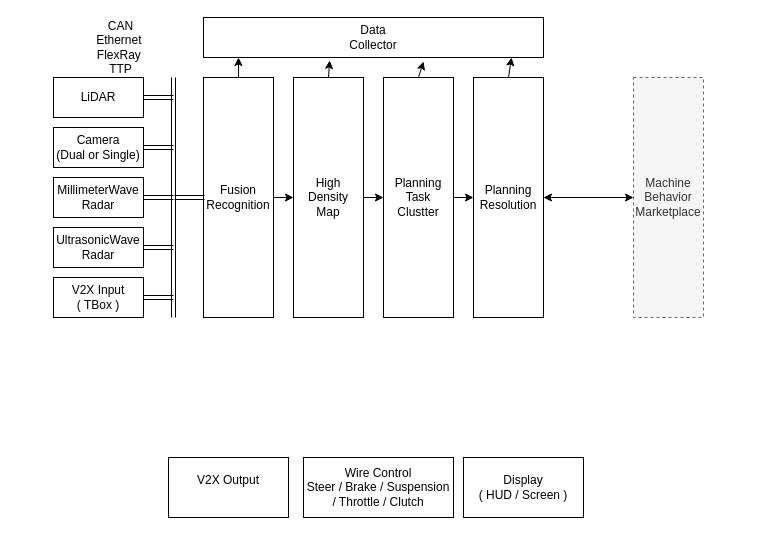
df595149790/df595149790.github.io keeps this draw.io diagram as media/dooyo_idea_rpp_1.drawio. Above is the earlier version. Source tidied: cells renumbered, new cells numbered last; positions are measured from the earlier drawing's top-left corner, leaving out a move shared by most shapes. Both pictures are drawn from the tidied source at 100%, with x=0, y=0 at pixel (53, 17).
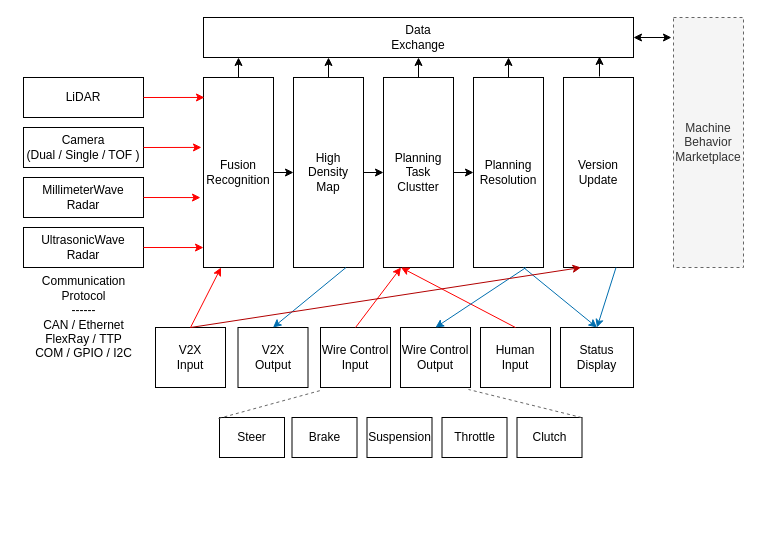
After the change.

What changed in the source:
```diff
@@
     <mxCell id="2" value="Machine&lt;br&gt;Behavior&lt;br&gt;Marketplace&lt;br&gt;" style="rounded=0;whiteSpace=wrap;html=1;dashed=1;fillColor=#f5f5f5;strokeColor=#666666;fontColor=#333333;" parent="1" vertex="1">
-      <mxGeometry x="580" y="60" width="70" height="240" as="geometry" />
+      <mxGeometry x="620" width="70" height="250" as="geometry" />
     </mxCell>
     <mxCell id="3" value="LiDAR" style="rounded=0;whiteSpace=wrap;html=1;" parent="1" vertex="1">
-      <mxGeometry y="60" width="90" height="40" as="geometry" />
+      <mxGeometry x="-30" y="60" width="120" height="40" as="geometry" />
     </mxCell>
-    <mxCell id="4" value="Camera&lt;br&gt;(Dual or Single)&lt;br&gt;" style="rounded=0;whiteSpace=wrap;html=1;" parent="1" vertex="1">
-      <mxGeometry y="110" width="90" height="40" as="geometry" />
+    <mxCell id="4" value="Camera&lt;br&gt;(Dual / Single / TOF )&lt;br&gt;" style="rounded=0;whiteSpace=wrap;html=1;" parent="1" vertex="1">
+      <mxGeometry x="-30" y="110" width="120" height="40" as="geometry" />
     </mxCell>
     <mxCell id="5" value="MillimeterWave&lt;br&gt;Radar&lt;br&gt;" style="rounded=0;whiteSpace=wrap;html=1;" parent="1" vertex="1">
-      <mxGeometry y="160" width="90" height="40" as="geometry" />
+      <mxGeometry x="-30" y="160" width="120" height="40" as="geometry" />
     </mxCell>
     <mxCell id="6" value="UltrasonicWave&lt;br&gt;Radar&lt;br&gt;" style="rounded=0;whiteSpace=wrap;html=1;" parent="1" vertex="1">
-      <mxGeometry y="210" width="90" height="40" as="geometry" />
+      <mxGeometry x="-30" y="210" width="120" height="40" as="geometry" />
     </mxCell>
     <mxCell id="7" value="Fusion&lt;br&gt;Recognition&lt;br&gt;" style="rounded=0;whiteSpace=wrap;html=1;shadow=0;fillColor=none;" parent="1" vertex="1">
-      <mxGeometry x="150" y="60" width="70" height="240" as="geometry" />
+      <mxGeometry x="150" y="60" width="70" height="190" as="geometry" />
     </mxCell>
-    <mxCell id="8" style="shape=link;html=1;" parent="1" edge="1">
-      <mxGeometry relative="1" as="geometry">
-        <mxPoint x="120" y="300" as="sourcePoint" />
-        <mxPoint x="120" y="60" as="targetPoint" />
-      </mxGeometry>
-    </mxCell>
-    <mxCell id="9" style="shape=link;html=1;exitX=1;exitY=0.5;exitDx=0;exitDy=0;" parent="1" edge="1" source="3">
-      <mxGeometry relative="1" as="geometry">
-        <mxPoint x="120" y="80" as="targetPoint" />
-      </mxGeometry>
-    </mxCell>
-    <mxCell id="10" style="shape=link;html=1;exitX=1;exitY=0.5;exitDx=0;exitDy=0;" parent="1" edge="1" source="4">
-      <mxGeometry relative="1" as="geometry">
-        <mxPoint x="120" y="130" as="targetPoint" />
-      </mxGeometry>
-    </mxCell>
-    <mxCell id="11" style="shape=link;html=1;exitX=1;exitY=0.5;exitDx=0;exitDy=0;" parent="1" edge="1" source="5">
-      <mxGeometry relative="1" as="geometry">
-        <mxPoint x="120" y="180" as="targetPoint" />
-      </mxGeometry>
-    </mxCell>
-    <mxCell id="12" style="shape=link;html=1;exitX=1;exitY=0.5;exitDx=0;exitDy=0;" parent="1" edge="1" source="6">
-      <mxGeometry relative="1" as="geometry">
-        <mxPoint x="120" y="230" as="targetPoint" />
-      </mxGeometry>
-    </mxCell>
-    <mxCell id="13" value="CAN&lt;br&gt;&lt;span&gt;Ethernet&amp;nbsp;&lt;br&gt;&lt;/span&gt;&lt;span&gt;FlexRay&amp;nbsp;&lt;br&gt;TTP&lt;/span&gt;" style="text;html=1;strokeColor=none;fillColor=none;align=center;verticalAlign=middle;whiteSpace=wrap;rounded=0;shadow=0;" parent="1" vertex="1">
-      <mxGeometry x="20" y="20" width="95" height="20" as="geometry" />
+    <mxCell id="13" value="Communication&lt;br&gt;Protocol&lt;br&gt;------&lt;br&gt;CAN /&amp;nbsp;E&lt;span&gt;thernet&lt;br&gt;F&lt;/span&gt;&lt;span&gt;lexRay /&amp;nbsp;TTP&lt;br&gt;COM / GPIO / I2C&lt;br&gt;&lt;/span&gt;" style="text;html=1;strokeColor=none;fillColor=none;align=center;verticalAlign=middle;whiteSpace=wrap;rounded=0;shadow=0;" parent="1" vertex="1">
+      <mxGeometry x="-36.5" y="290" width="133" height="20" as="geometry" />
     </mxCell>
     <mxCell id="14" value="High &lt;br&gt;Density &lt;br&gt;Map" style="rounded=0;whiteSpace=wrap;html=1;shadow=0;fillColor=none;" parent="1" vertex="1">
-      <mxGeometry x="240" y="60" width="70" height="240" as="geometry" />
+      <mxGeometry x="240" y="60" width="70" height="190" as="geometry" />
     </mxCell>
-    <mxCell id="15" value="Wire Control&lt;br&gt;Steer / Brake / Suspension / Throttle / Clutch&lt;br&gt;" style="rounded=0;whiteSpace=wrap;html=1;" parent="1" vertex="1">
-      <mxGeometry x="250" y="440" width="150" height="60" as="geometry" />
+    <mxCell id="15" value="Wire&amp;nbsp;Control&lt;br&gt;Input&lt;br&gt;" style="rounded=0;whiteSpace=wrap;html=1;" parent="1" vertex="1">
+      <mxGeometry x="267" y="310" width="70" height="60" as="geometry" />
     </mxCell>
-    <mxCell id="16" value="V2X Input&lt;br&gt;( TBox )&lt;br&gt;" style="rounded=0;whiteSpace=wrap;html=1;shadow=0;fillColor=none;" parent="1" vertex="1">
-      <mxGeometry y="260" width="90" height="40" as="geometry" />
+    <mxCell id="16" value="V2X&lt;br&gt;Input&lt;br&gt;" style="rounded=0;whiteSpace=wrap;html=1;shadow=0;fillColor=none;" parent="1" vertex="1">
+      <mxGeometry x="102" y="310" width="70" height="60" as="geometry" />
     </mxCell>
-    <mxCell id="17" style="shape=link;html=1;exitX=1;exitY=0.5;exitDx=0;exitDy=0;" parent="1" edge="1" source="16">
-      <mxGeometry relative="1" as="geometry">
-        <mxPoint x="120" y="280" as="targetPoint" />
-      </mxGeometry>
-    </mxCell>
-    <mxCell id="18" style="shape=link;html=1;exitX=1;exitY=0.5;exitDx=0;exitDy=0;" parent="1" edge="1">
-      <mxGeometry relative="1" as="geometry">
-        <mxPoint x="121" y="180" as="sourcePoint" />
-        <mxPoint x="151" y="180" as="targetPoint" />
-      </mxGeometry>
-    </mxCell>
-    <mxCell id="19" value="V2X Output&lt;br&gt;&lt;br&gt;" style="rounded=0;whiteSpace=wrap;html=1;shadow=0;fillColor=none;" parent="1" vertex="1">
-      <mxGeometry x="115" y="440" width="120" height="60" as="geometry" />
+    <mxCell id="19" value="V2X&lt;br&gt;Output&lt;br&gt;" style="rounded=0;whiteSpace=wrap;html=1;shadow=0;fillColor=none;" parent="1" vertex="1">
+      <mxGeometry x="184.5" y="310" width="70" height="60" as="geometry" />
     </mxCell>
-    <mxCell id="20" value="Display&lt;br&gt;( HUD / Screen )&lt;br&gt;" style="rounded=0;whiteSpace=wrap;html=1;shadow=0;fillColor=none;" parent="1" vertex="1">
-      <mxGeometry x="410" y="440" width="120" height="60" as="geometry" />
+    <mxCell id="20" value="Status&lt;br&gt;Display&lt;br&gt;" style="rounded=0;whiteSpace=wrap;html=1;shadow=0;fillColor=none;" parent="1" vertex="1">
+      <mxGeometry x="507" y="310" width="73" height="60" as="geometry" />
     </mxCell>
     <mxCell id="21" value="Planning&lt;br&gt;Resolution" style="rounded=0;whiteSpace=wrap;html=1;shadow=0;fillColor=none;" parent="1" vertex="1">
-      <mxGeometry x="420" y="60" width="70" height="240" as="geometry" />
+      <mxGeometry x="420" y="60" width="70" height="190" as="geometry" />
     </mxCell>
     <mxCell id="22" value="Planning&lt;br&gt;Task&lt;br&gt;Clustter&lt;br&gt;" style="rounded=0;whiteSpace=wrap;html=1;shadow=0;fillColor=none;" parent="1" vertex="1">
-      <mxGeometry x="330" y="60" width="70" height="240" as="geometry" />
+      <mxGeometry x="330" y="60" width="70" height="190" as="geometry" />
     </mxCell>
@@
-    <mxCell id="26" style="endArrow=classic;startArrow=classic;html=1;exitX=1;exitY=0.5;exitDx=0;exitDy=0;entryX=0;entryY=0.5;entryDx=0;entryDy=0;" parent="1" edge="1" source="21" target="2">
+    <mxCell id="26" style="endArrow=classic;startArrow=classic;html=1;exitX=1;exitY=0.5;exitDx=0;exitDy=0;entryX=-0.029;entryY=0.08;entryDx=0;entryDy=0;entryPerimeter=0;" parent="1" edge="1" source="27" target="2">
       <mxGeometry relative="1" as="geometry" />
     </mxCell>
-    <mxCell id="27" value="Data&lt;br&gt;Collector&lt;br&gt;" style="rounded=0;whiteSpace=wrap;html=1;shadow=0;fillColor=none;" parent="1" vertex="1">
-      <mxGeometry x="150" width="340" height="40" as="geometry" />
+    <mxCell id="27" value="Data&lt;br&gt;Exchange&lt;br&gt;" style="rounded=0;whiteSpace=wrap;html=1;shadow=0;fillColor=none;" parent="1" vertex="1">
+      <mxGeometry x="150" width="430" height="40" as="geometry" />
     </mxCell>
@@
-    <mxCell id="29" style="endArrow=classic;html=1;exitX=0.5;exitY=0;exitDx=0;exitDy=0;entryX=0.371;entryY=1.075;entryDx=0;entryDy=0;entryPerimeter=0;" parent="1" edge="1" source="14" target="27">
-      <mxGeometry relative="1" as="geometry" />
-    </mxCell>
-    <mxCell id="30" style="endArrow=classic;html=1;exitX=0.5;exitY=0;exitDx=0;exitDy=0;entryX=0.647;entryY=1.1;entryDx=0;entryDy=0;entryPerimeter=0;" parent="1" edge="1" source="22" target="27">
-      <mxGeometry relative="1" as="geometry" />
+    <mxCell id="30" style="endArrow=classic;html=1;exitX=0.5;exitY=0;exitDx=0;exitDy=0;" parent="1" edge="1" source="22">
+      <mxGeometry relative="1" as="geometry">
+        <mxPoint x="365" y="40" as="targetPoint" />
+      </mxGeometry>
     </mxCell>
     <mxCell id="31" style="endArrow=classic;html=1;exitX=0.5;exitY=0;exitDx=0;exitDy=0;" parent="1" edge="1" source="21">
       <mxGeometry relative="1" as="geometry">
-        <mxPoint x="458" y="40" as="targetPoint" />
+        <mxPoint x="455" y="40" as="targetPoint" />
       </mxGeometry>
     </mxCell>
+    <mxCell id="32" style="endArrow=classic;html=1;" parent="1" edge="1">
+      <mxGeometry relative="1" as="geometry">
+        <mxPoint x="275" y="60" as="sourcePoint" />
+        <mxPoint x="275" y="40" as="targetPoint" />
+      </mxGeometry>
+    </mxCell>
+    <mxCell id="33" value="Steer&lt;br&gt;" style="rounded=0;whiteSpace=wrap;html=1;" parent="1" vertex="1">
+      <mxGeometry x="166" y="400" width="65" height="40" as="geometry" />
+    </mxCell>
+    <mxCell id="34" value="Brake&lt;br&gt;" style="rounded=0;whiteSpace=wrap;html=1;" parent="1" vertex="1">
+      <mxGeometry x="238.5" y="400" width="65" height="40" as="geometry" />
+    </mxCell>
+    <mxCell id="35" value="Suspension&lt;br&gt;" style="rounded=0;whiteSpace=wrap;html=1;" parent="1" vertex="1">
+      <mxGeometry x="313.5" y="400" width="65" height="40" as="geometry" />
+    </mxCell>
+    <mxCell id="36" value="Throttle&lt;br&gt;" style="rounded=0;whiteSpace=wrap;html=1;" parent="1" vertex="1">
+      <mxGeometry x="388.5" y="400" width="65" height="40" as="geometry" />
+    </mxCell>
+    <mxCell id="37" value="Clutch&lt;br&gt;" style="rounded=0;whiteSpace=wrap;html=1;" parent="1" vertex="1">
+      <mxGeometry x="463.5" y="400" width="65" height="40" as="geometry" />
+    </mxCell>
+    <mxCell id="38" value="Wire&amp;nbsp;Control&lt;br&gt;Output&lt;br&gt;" style="rounded=0;whiteSpace=wrap;html=1;" parent="1" vertex="1">
+      <mxGeometry x="347" y="310" width="70" height="60" as="geometry" />
+    </mxCell>
+    <mxCell id="39" value="Human&lt;br&gt;Input&lt;br&gt;" style="rounded=0;whiteSpace=wrap;html=1;shadow=0;fillColor=none;" parent="1" vertex="1">
+      <mxGeometry x="427" y="310" width="70" height="60" as="geometry" />
+    </mxCell>
+    <mxCell id="40" value="Version&lt;br&gt;Update&lt;br&gt;" style="rounded=0;whiteSpace=wrap;html=1;shadow=0;fillColor=none;" parent="1" vertex="1">
+      <mxGeometry x="510" y="60" width="70" height="190" as="geometry" />
+    </mxCell>
+    <mxCell id="41" style="endArrow=classic;html=1;exitX=1;exitY=0.5;exitDx=0;exitDy=0;entryX=0.014;entryY=0.105;entryDx=0;entryDy=0;entryPerimeter=0;strokeColor=#FF0000;" parent="1" edge="1" source="3" target="7">
+      <mxGeometry relative="1" as="geometry" />
+    </mxCell>
+    <mxCell id="42" style="endArrow=classic;html=1;exitX=1;exitY=0.5;exitDx=0;exitDy=0;entryX=-0.029;entryY=0.368;entryDx=0;entryDy=0;entryPerimeter=0;strokeWidth=1;strokeColor=#FF0000;" parent="1" edge="1" source="4" target="7">
+      <mxGeometry relative="1" as="geometry" />
+    </mxCell>
+    <mxCell id="43" style="endArrow=classic;html=1;exitX=1;exitY=0.5;exitDx=0;exitDy=0;entryX=-0.043;entryY=0.632;entryDx=0;entryDy=0;entryPerimeter=0;strokeColor=#FF0000;" parent="1" edge="1" source="5" target="7">
+      <mxGeometry relative="1" as="geometry" />
+    </mxCell>
+    <mxCell id="44" style="endArrow=classic;html=1;exitX=1;exitY=0.5;exitDx=0;exitDy=0;entryX=0;entryY=0.895;entryDx=0;entryDy=0;entryPerimeter=0;strokeColor=#FF0000;" parent="1" edge="1" source="6" target="7">
+      <mxGeometry relative="1" as="geometry" />
+    </mxCell>
+    <mxCell id="45" style="endArrow=classic;html=1;strokeColor=#FF0000;strokeWidth=1;entryX=0.25;entryY=1;entryDx=0;entryDy=0;exitX=0.5;exitY=0;exitDx=0;exitDy=0;" parent="1" edge="1" source="16" target="7">
+      <mxGeometry relative="1" as="geometry" />
+    </mxCell>
+    <mxCell id="46" style="endArrow=classic;html=1;strokeColor=#FF0000;strokeWidth=1;entryX=0.25;entryY=1;entryDx=0;entryDy=0;exitX=0.5;exitY=0;exitDx=0;exitDy=0;" parent="1" edge="1" source="15" target="22">
+      <mxGeometry relative="1" as="geometry" />
+    </mxCell>
+    <mxCell id="47" style="endArrow=classic;html=1;strokeColor=#FF0000;strokeWidth=1;entryX=0.25;entryY=1;entryDx=0;entryDy=0;exitX=0.5;exitY=0;exitDx=0;exitDy=0;" parent="1" edge="1" source="39" target="22">
+      <mxGeometry relative="1" as="geometry" />
+    </mxCell>
+    <mxCell id="48" style="endArrow=classic;html=1;strokeColor=#006EAF;strokeWidth=1;fillColor=#1ba1e2;exitX=0.75;exitY=1;exitDx=0;exitDy=0;entryX=0.5;entryY=0;entryDx=0;entryDy=0;" parent="1" edge="1" source="14" target="19">
+      <mxGeometry relative="1" as="geometry" />
+    </mxCell>
+    <mxCell id="49" style="endArrow=classic;html=1;strokeColor=#006EAF;strokeWidth=1;fillColor=#1ba1e2;exitX=0.75;exitY=1;exitDx=0;exitDy=0;entryX=0.5;entryY=0;entryDx=0;entryDy=0;" parent="1" edge="1" source="21" target="38">
+      <mxGeometry relative="1" as="geometry" />
+    </mxCell>
+    <mxCell id="50" style="endArrow=none;dashed=1;html=1;strokeColor=#666666;strokeWidth=1;entryX=0;entryY=1.05;entryDx=0;entryDy=0;entryPerimeter=0;exitX=-0.015;exitY=0.025;exitDx=0;exitDy=0;exitPerimeter=0;gradientColor=#b3b3b3;fillColor=#f5f5f5;" parent="1" edge="1" source="33" target="15">
+      <mxGeometry relative="1" as="geometry" />
+    </mxCell>
+    <mxCell id="51" style="endArrow=none;dashed=1;html=1;strokeColor=#666666;strokeWidth=1;entryX=0.971;entryY=1.033;entryDx=0;entryDy=0;entryPerimeter=0;exitX=0.992;exitY=0;exitDx=0;exitDy=0;exitPerimeter=0;gradientColor=#b3b3b3;fillColor=#f5f5f5;" parent="1" edge="1" source="37" target="38">
+      <mxGeometry relative="1" as="geometry" />
+    </mxCell>
+    <mxCell id="52" style="endArrow=classic;html=1;strokeColor=#006EAF;strokeWidth=1;entryX=0.5;entryY=0;entryDx=0;entryDy=0;fillColor=#1ba1e2;" parent="1" edge="1" target="20">
+      <mxGeometry relative="1" as="geometry">
+        <mxPoint x="470" y="250" as="sourcePoint" />
+      </mxGeometry>
+    </mxCell>
+    <mxCell id="53" style="endArrow=classic;html=1;strokeColor=#B20000;strokeWidth=1;entryX=0.25;entryY=1;entryDx=0;entryDy=0;exitX=0.5;exitY=0;exitDx=0;exitDy=0;fillColor=#e51400;" parent="1" edge="1" source="16" target="40">
+      <mxGeometry relative="1" as="geometry" />
+    </mxCell>
+    <mxCell id="54" style="endArrow=classic;html=1;strokeColor=#006EAF;strokeWidth=1;entryX=0.5;entryY=0;entryDx=0;entryDy=0;exitX=0.75;exitY=1;exitDx=0;exitDy=0;fillColor=#1ba1e2;" parent="1" edge="1" source="40" target="20">
+      <mxGeometry relative="1" as="geometry" />
+    </mxCell>
+    <mxCell id="55" style="endArrow=classic;html=1;exitX=0.5;exitY=0;exitDx=0;exitDy=0;" parent="1" edge="1">
+      <mxGeometry relative="1" as="geometry">
+        <mxPoint x="546" y="59" as="sourcePoint" />
+        <mxPoint x="546" y="39" as="targetPoint" />
+      </mxGeometry>
+    </mxCell>
```
